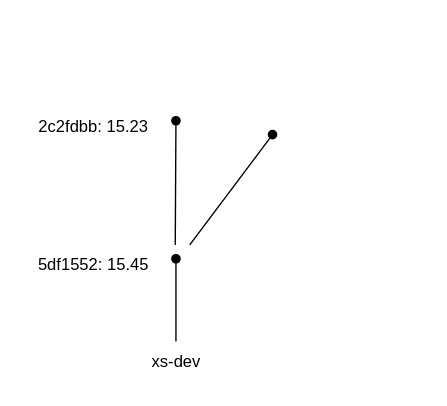
Earlier version of the draw.io diagram ideal_old_compare.drawio (Lawrence-ID/draw_io). Source tidied: cells renumbered, new cells numbered last; positions are measured from the earlier drawing's top-left corner, leaving out a move shared by most shapes. Both pictures are drawn from the tidied source at 138%, with x=0, y=0 at pixel (23, 106).
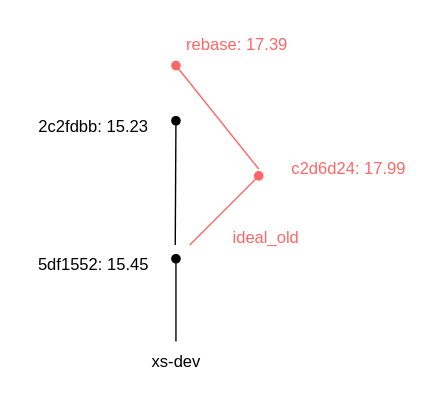
After the change.

Diff of the diagram source:
```diff
@@
 <mxGraphModel>
   <root>
     <mxCell id="0" />
     <mxCell id="1" parent="0" />
     <mxCell id="2" style="endArrow=oval;html=1;rounded=0;endFill=1;" parent="1" edge="1">
       <mxGeometry relative="1" as="geometry">
         <mxPoint x="110" y="170" as="sourcePoint" />
         <mxPoint x="110" y="110" as="targetPoint" />
       </mxGeometry>
     </mxCell>
     <mxCell id="3" value="xs-dev" style="text;html=1;align=center;verticalAlign=middle;strokeColor=none;fillColor=none;" parent="1" vertex="1">
       <mxGeometry x="80" y="170" width="60" height="30" as="geometry" />
     </mxCell>
     <mxCell id="4" value="5df1552: 15.45" style="text;html=1;align=center;verticalAlign=middle;strokeColor=none;fillColor=none;" parent="1" vertex="1">
       <mxGeometry y="100" width="100" height="30" as="geometry" />
     </mxCell>
     <mxCell id="5" style="endArrow=oval;html=1;rounded=0;endFill=1;" parent="1" edge="1">
       <mxGeometry relative="1" as="geometry">
         <mxPoint x="109.5" y="100" as="sourcePoint" />
         <mxPoint x="110" y="10" as="targetPoint" />
       </mxGeometry>
     </mxCell>
     <mxCell id="6" value="2c2fdbb: 15.23" style="text;html=1;align=center;verticalAlign=middle;strokeColor=none;fillColor=none;" parent="1" vertex="1">
       <mxGeometry width="100" height="30" as="geometry" />
     </mxCell>
-    <mxCell id="7" style="endArrow=oval;html=1;rounded=0;endFill=1;" parent="1" edge="1">
+    <mxCell id="7" style="endArrow=oval;html=1;rounded=0;endFill=1;strokeColor=#FF6666;" parent="1" edge="1">
       <mxGeometry relative="1" as="geometry">
         <mxPoint x="120" y="100" as="sourcePoint" />
-        <mxPoint x="180" y="20" as="targetPoint" />
+        <mxPoint x="170" y="50" as="targetPoint" />
       </mxGeometry>
     </mxCell>
+    <mxCell id="8" value="c2d6d24: 17.99" style="text;html=1;align=center;verticalAlign=middle;strokeColor=none;fillColor=none;fontColor=#FF6666;" parent="1" vertex="1">
+      <mxGeometry x="180" y="30" width="110" height="30" as="geometry" />
+    </mxCell>
+    <mxCell id="9" style="endArrow=oval;html=1;rounded=0;endFill=1;strokeColor=#FF6666;" parent="1" edge="1">
+      <mxGeometry relative="1" as="geometry">
+        <mxPoint x="170" y="45" as="sourcePoint" />
+        <mxPoint x="110" y="-30" as="targetPoint" />
+      </mxGeometry>
+    </mxCell>
+    <mxCell id="10" value="rebase: 17.39" style="text;html=1;align=center;verticalAlign=middle;strokeColor=none;fillColor=none;fontColor=#FF6666;" parent="1" vertex="1">
+      <mxGeometry x="104" y="-60" width="100" height="30" as="geometry" />
+    </mxCell>
+    <mxCell id="11" value="ideal_old" style="text;html=1;align=center;verticalAlign=middle;strokeColor=none;fillColor=none;fontColor=#FF6666;" parent="1" vertex="1">
+      <mxGeometry x="140" y="80" width="70" height="30" as="geometry" />
+    </mxCell>
   </root>
 </mxGraphModel>
```
